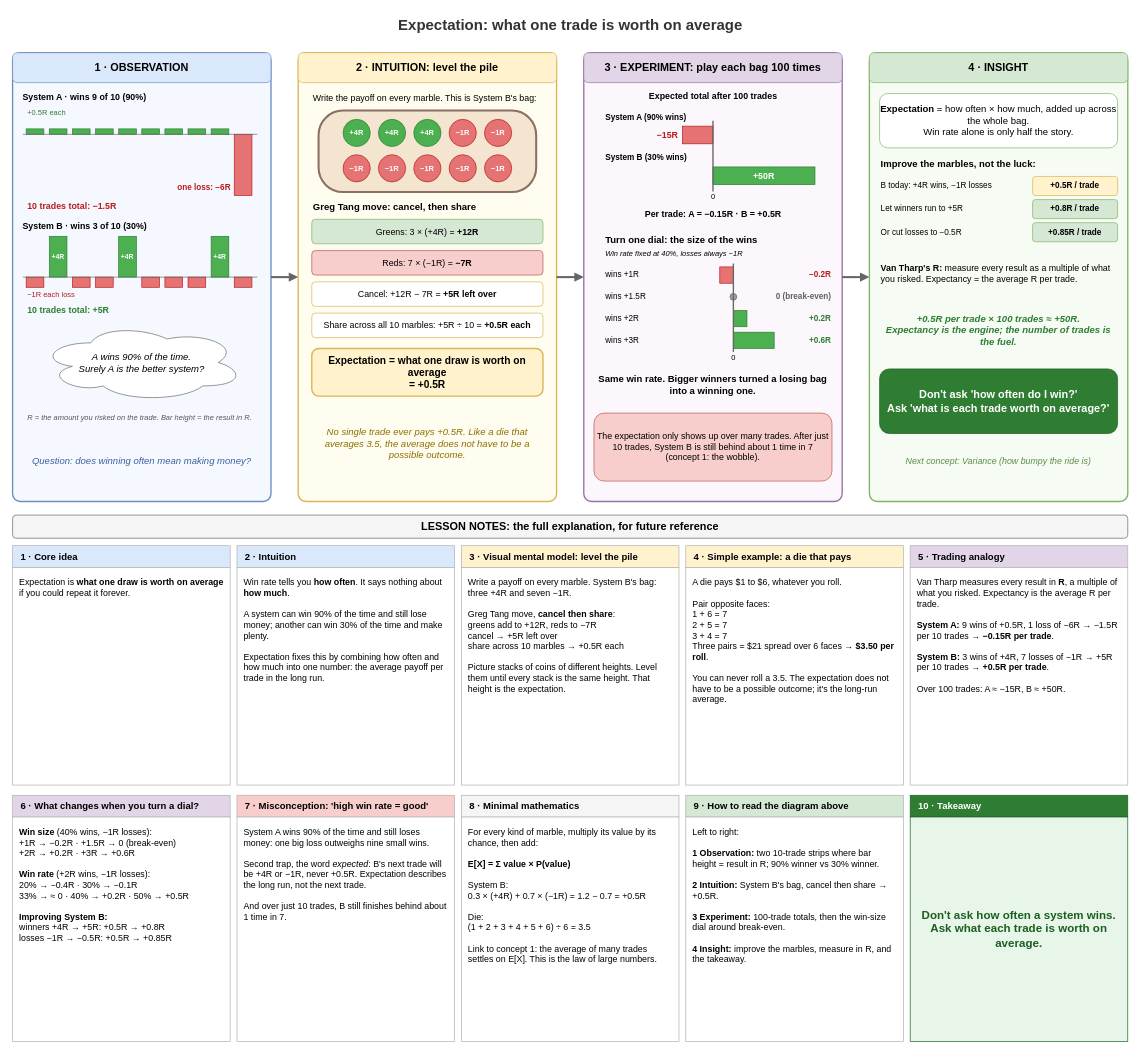
Above: page "02 Expectation" (2 of 3) of seeing-theory/basic-probability.drawio in raj-champaneriya-ibm/continuous-learning (draw.io), before the change. Source tidied: cells renumbered, new cells numbered last; positions are measured from the earlier drawing's top-left corner, leaving out a move shared by most shapes. Both pictures are drawn from the tidied source at 68%, with x=0, y=0 at pixel (12, 12).
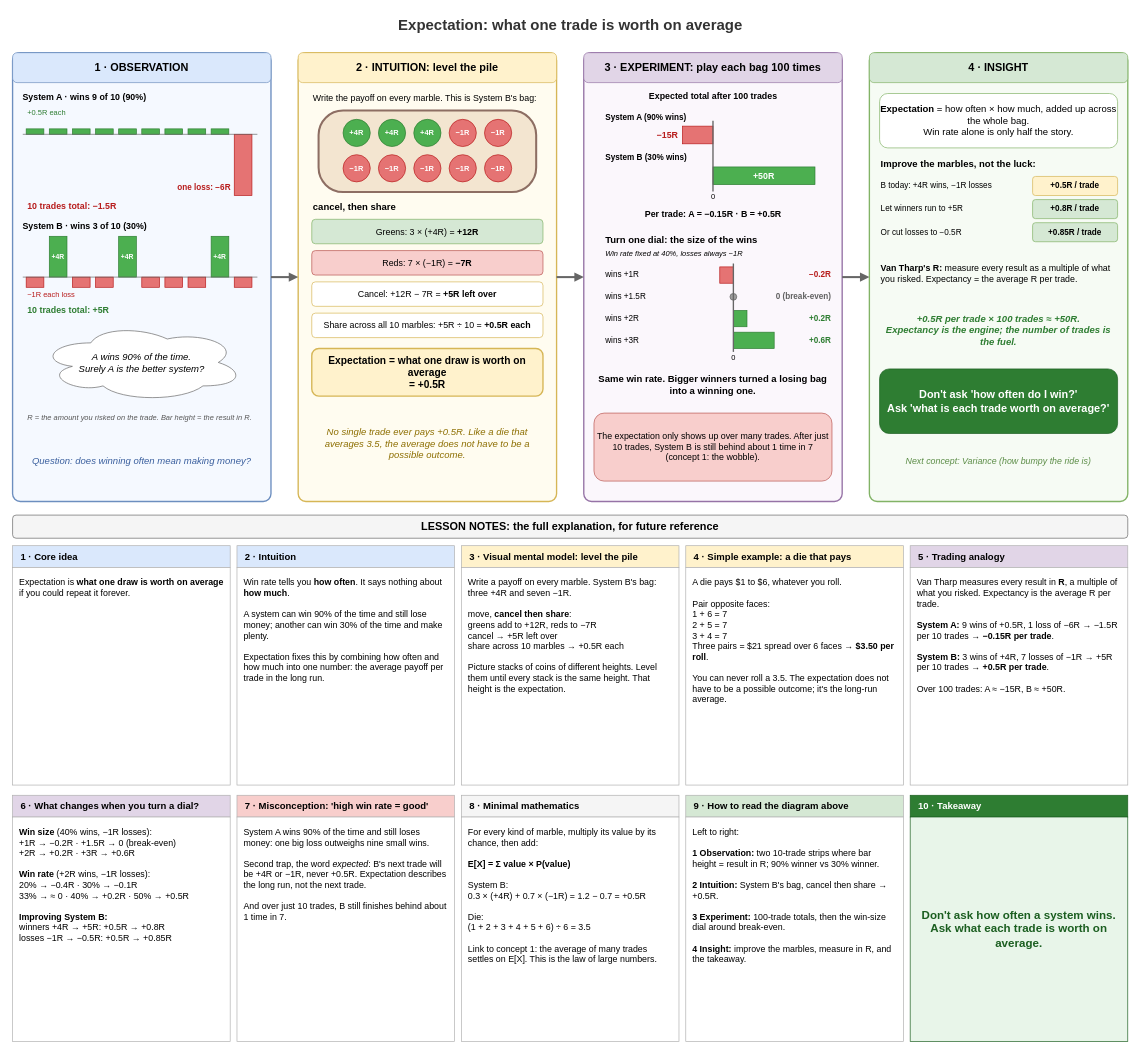
The same diagram, later.

Commit message:
Implement code changes to enhance functionality and improve performance

Change to the diagram source:
```diff
@@
-    <mxCell id="51" value="Greg Tang move: cancel, then share" style="text;html=1;align=left;verticalAlign=middle;fontSize=14;fontStyle=1;" parent="1" vertex="1">
+    <mxCell id="51" value="cancel, then share" style="text;html=1;align=left;verticalAlign=middle;fontSize=14;fontStyle=1;" parent="1" vertex="1">
       <mxGeometry x="440" y="275" width="340" height="24" as="geometry" />
     </mxCell>
@@
-    <mxCell id="110" value="Write a payoff on every marble. System B's bag: three +4R and seven −1R.&lt;br&gt;&lt;br&gt;Greg Tang move, &lt;b&gt;cancel then share&lt;/b&gt;:&lt;br&gt;greens add to +12R, reds to −7R&lt;br&gt;cancel → +5R left over&lt;br&gt;share across 10 marbles → +0.5R each&lt;br&gt;&lt;br&gt;Picture stacks of coins of different heights. Level them until every stack is the same height. That height is the expectation." style="rounded=0;whiteSpace=wrap;html=1;fillColor=#FFFFFF;strokeColor=#B0B0B0;align=left;verticalAlign=top;spacing=10;fontSize=13;" parent="1" vertex="1">
+    <mxCell id="110" value="Write a payoff on every marble. System B's bag: three +4R and seven −1R.&lt;br&gt;&lt;br&gt;&lt;div&gt;move, &lt;b&gt;cancel then share&lt;/b&gt;:&lt;br&gt;greens add to +12R, reds to −7R&lt;br&gt;cancel → +5R left over&lt;br&gt;share across 10 marbles → +0.5R each&lt;br&gt;&lt;br&gt;Picture stacks of coins of different heights. Level them until every stack is the same height. That height is the expectation.&lt;/div&gt;" style="rounded=0;whiteSpace=wrap;html=1;fillColor=#FFFFFF;strokeColor=#B0B0B0;align=left;verticalAlign=top;spacing=10;fontSize=13;" parent="1" vertex="1">
       <mxGeometry x="660" y="817" width="320" height="320" as="geometry" />
     </mxCell>
```
